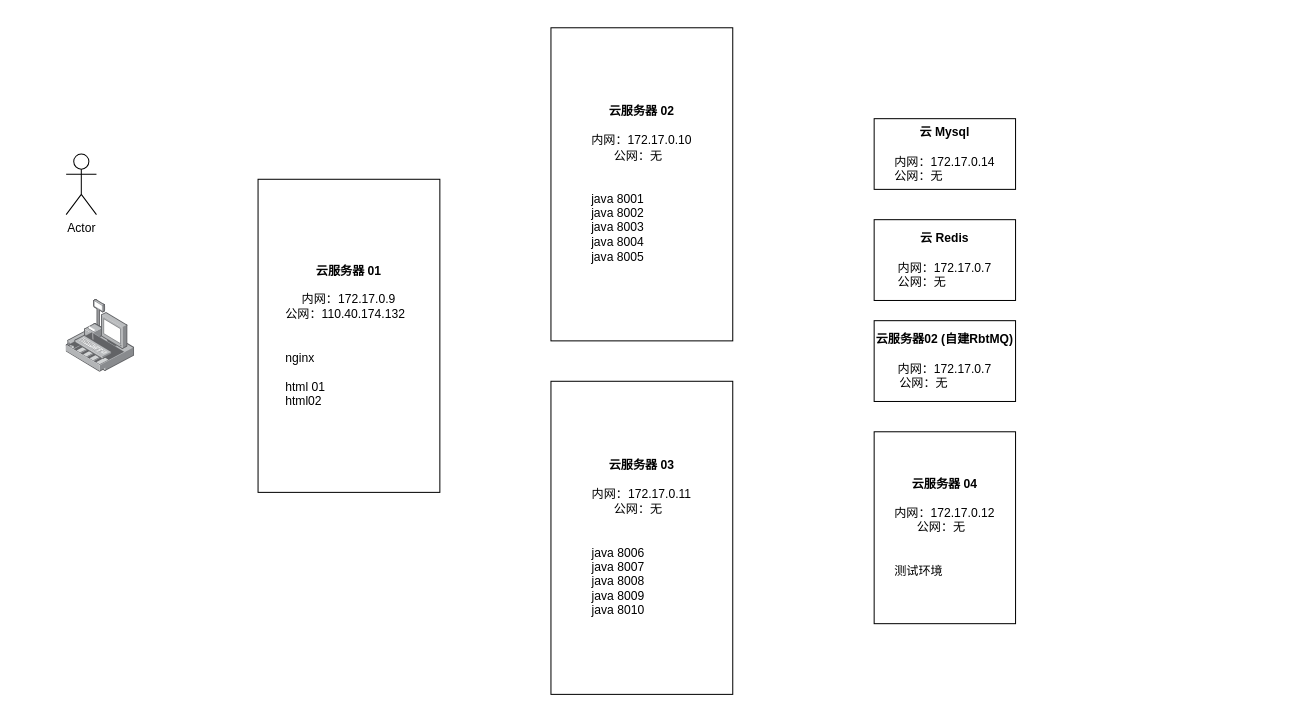
This is page "第 2 页" (2 of 3) of qiangfeng/qiangfeng部署图.drawio from exm-x/draw.io, a draw.io file, before an edit. Source tidied: cells renumbered, new cells numbered last; positions are measured from the earlier drawing's top-left corner, leaving out a move shared by most shapes. Both pictures are drawn from the tidied source at 101%, with x=0, y=0 at pixel (66, 27).
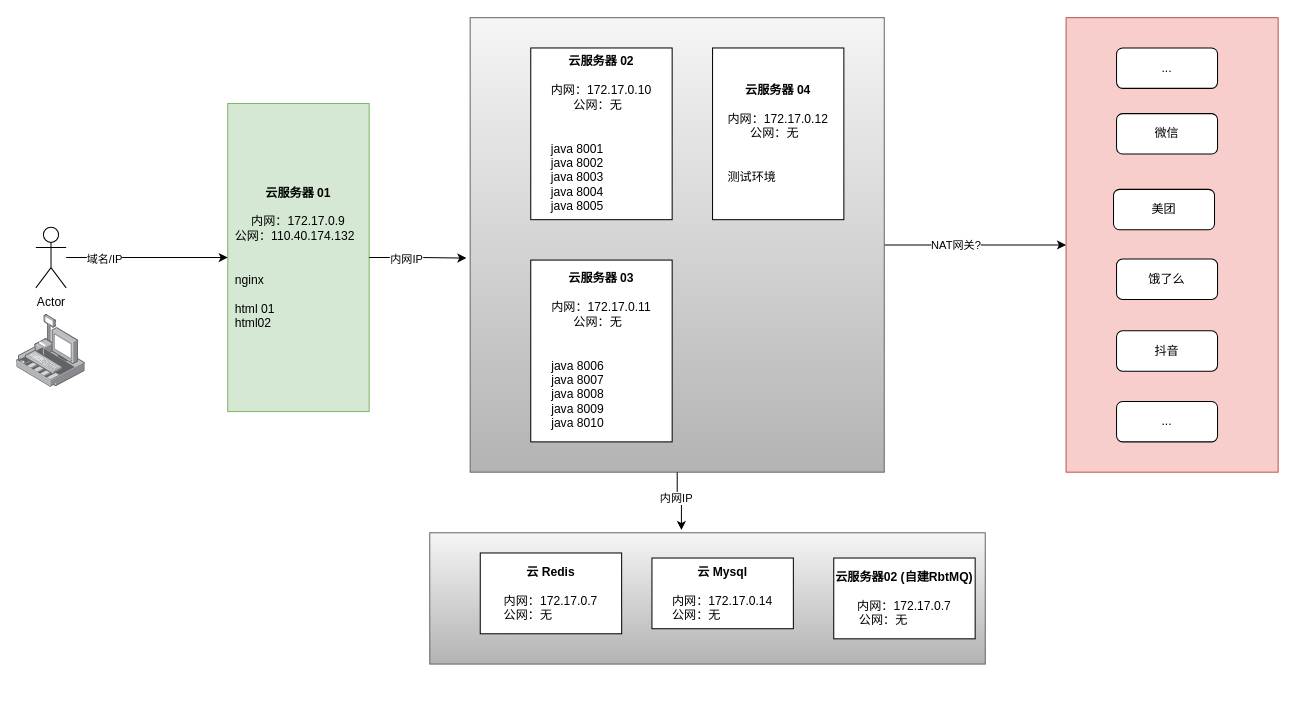
The same page after the edit.

Commit message:
更新qiangfeng部署图.drawio

The edit, as a diff of the source:
```diff
@@
+    <mxCell id="11" style="rounded=0;whiteSpace=wrap;html=1;fillColor=#f5f5f5;gradientColor=#b3b3b3;strokeColor=#666666;" parent="1" vertex="1">
+      <mxGeometry x="360" y="500" width="550" height="130" as="geometry" />
+    </mxCell>
+    <mxCell id="12" style="edgeStyle=orthogonalEdgeStyle;rounded=0;jettySize=auto;html=1;entryX=0;entryY=0.5;entryDx=0;entryDy=0;" parent="1" edge="1" source="14" target="15">
+      <mxGeometry relative="1" as="geometry" />
+    </mxCell>
+    <mxCell id="13" value="NAT网关?" style="edgeLabel;html=1;align=center;verticalAlign=middle;" parent="12" vertex="1">
+      <mxGeometry x="-0.3" y="1" relative="1" as="geometry">
+        <mxPoint x="7" y="1" as="offset" />
+      </mxGeometry>
+    </mxCell>
+    <mxCell id="14" style="rounded=0;whiteSpace=wrap;html=1;fillColor=#f5f5f5;strokeColor=#666666;gradientColor=#b3b3b3;" parent="1" vertex="1">
+      <mxGeometry x="400" y="-10" width="410" height="450" as="geometry" />
+    </mxCell>
+    <mxCell id="15" style="rounded=0;whiteSpace=wrap;html=1;fillColor=#f8cecc;strokeColor=#b85450;" parent="1" vertex="1">
+      <mxGeometry x="990" y="-10" width="210" height="450" as="geometry" />
+    </mxCell>
-    <mxCell id="2" value="&lt;b&gt;云服务器 01&lt;/b&gt;&lt;div&gt;&lt;div&gt;&lt;br&gt;&lt;/div&gt;&lt;div&gt;&lt;span style=&quot;text-align: left;&quot;&gt;内网：172.17.0.9&lt;/span&gt;&lt;br&gt;&lt;/div&gt;&lt;/div&gt;&lt;div&gt;&lt;span style=&quot;text-align: left;&quot;&gt;公网：110.40.174.132&amp;nbsp;&amp;nbsp;&lt;/span&gt;&lt;span style=&quot;text-align: left;&quot;&gt;&lt;br&gt;&lt;/span&gt;&lt;/div&gt;&lt;div&gt;&lt;span style=&quot;text-align: left;&quot;&gt;&lt;br&gt;&lt;/span&gt;&lt;/div&gt;&lt;div style=&quot;text-align: left;&quot;&gt;&lt;br&gt;&lt;/div&gt;&lt;div style=&quot;text-align: left;&quot;&gt;nginx&lt;/div&gt;&lt;div style=&quot;text-align: left;&quot;&gt;&lt;br&gt;&lt;/div&gt;&lt;div style=&quot;text-align: left;&quot;&gt;html 01&lt;/div&gt;&lt;div style=&quot;text-align: left;&quot;&gt;html02&lt;/div&gt;" style="rounded=0;whiteSpace=wrap;html=1;" parent="1" vertex="1">
-      <mxGeometry x="190" y="150" width="180" height="310" as="geometry" />
+    <mxCell id="2" value="&lt;b&gt;云服务器 01&lt;/b&gt;&lt;div&gt;&lt;div&gt;&lt;br&gt;&lt;/div&gt;&lt;div&gt;&lt;span style=&quot;text-align: left;&quot;&gt;内网：172.17.0.9&lt;/span&gt;&lt;br&gt;&lt;/div&gt;&lt;/div&gt;&lt;div&gt;&lt;span style=&quot;text-align: left;&quot;&gt;公网：110.40.174.132&amp;nbsp;&amp;nbsp;&lt;/span&gt;&lt;span style=&quot;text-align: left;&quot;&gt;&lt;br&gt;&lt;/span&gt;&lt;/div&gt;&lt;div&gt;&lt;span style=&quot;text-align: left;&quot;&gt;&lt;br&gt;&lt;/span&gt;&lt;/div&gt;&lt;div style=&quot;text-align: left;&quot;&gt;&lt;br&gt;&lt;/div&gt;&lt;div style=&quot;text-align: left;&quot;&gt;nginx&lt;/div&gt;&lt;div style=&quot;text-align: left;&quot;&gt;&lt;br&gt;&lt;/div&gt;&lt;div style=&quot;text-align: left;&quot;&gt;html 01&lt;/div&gt;&lt;div style=&quot;text-align: left;&quot;&gt;html02&lt;/div&gt;" style="rounded=0;whiteSpace=wrap;html=1;fillColor=#d5e8d4;strokeColor=#82b366;" parent="1" vertex="1">
+      <mxGeometry x="160" y="75" width="140" height="305" as="geometry" />
     </mxCell>
+    <mxCell id="16" style="edgeStyle=orthogonalEdgeStyle;rounded=0;jettySize=auto;html=1;entryX=0;entryY=0.5;entryDx=0;entryDy=0;" parent="1" edge="1" source="3" target="2">
+      <mxGeometry relative="1" as="geometry" />
+    </mxCell>
+    <mxCell id="17" value="域名/IP" style="edgeLabel;html=1;align=center;verticalAlign=middle;" parent="16" vertex="1">
+      <mxGeometry x="-0.54" relative="1" as="geometry">
+        <mxPoint y="1" as="offset" />
+      </mxGeometry>
+    </mxCell>
     <mxCell id="3" value="Actor" style="shape=umlActor;verticalLabelPosition=bottom;verticalAlign=top;html=1;outlineConnect=0;" parent="1" vertex="1">
-      <mxGeometry y="125" width="30" height="60" as="geometry" />
+      <mxGeometry x="-30" y="197.5" width="30" height="60" as="geometry" />
     </mxCell>
     <mxCell id="4" style="image;html=1;align=center;shadow=0;dashed=0;image=img/lib/allied_telesis/security/POS.svg;" parent="1" vertex="1">
-      <mxGeometry y="269" width="67.8" height="72" as="geometry" />
+      <mxGeometry x="-48.9" y="284" width="67.8" height="72" as="geometry" />
     </mxCell>
     <mxCell id="5" value="&lt;b&gt;云 Mysql&lt;/b&gt;&lt;div&gt;&lt;span style=&quot;text-align: left;&quot;&gt;&lt;br&gt;&lt;/span&gt;&lt;/div&gt;&lt;div&gt;&lt;span style=&quot;text-align: left;&quot;&gt;内网：172.17.0.14&lt;/span&gt;&lt;br&gt;&lt;/div&gt;&lt;div style=&quot;text-align: left;&quot;&gt;公网：无&lt;/div&gt;" style="rounded=0;whiteSpace=wrap;html=1;" parent="1" vertex="1">
-      <mxGeometry x="800" y="90" width="140" height="70" as="geometry" />
+      <mxGeometry x="580" y="525" width="140" height="70" as="geometry" />
     </mxCell>
     <mxCell id="6" value="&lt;b&gt;云 Redis&lt;/b&gt;&lt;div&gt;&lt;span style=&quot;text-align: left;&quot;&gt;&lt;br&gt;&lt;/span&gt;&lt;/div&gt;&lt;div&gt;&lt;span style=&quot;text-align: left;&quot;&gt;内网：172.17.0.7&lt;/span&gt;&lt;br&gt;&lt;/div&gt;&lt;div style=&quot;text-align: left;&quot;&gt;公网：无&lt;/div&gt;" style="rounded=0;whiteSpace=wrap;html=1;" parent="1" vertex="1">
-      <mxGeometry x="800" y="190" width="140" height="80" as="geometry" />
+      <mxGeometry x="410" y="520" width="140" height="80" as="geometry" />
     </mxCell>
     <mxCell id="7" value="&lt;b&gt;云服务器02 (&lt;/b&gt;&lt;b&gt;自建RbtMQ&lt;/b&gt;&lt;b&gt;)&lt;/b&gt;&lt;br&gt;&lt;div&gt;&lt;span style=&quot;text-align: left;&quot;&gt;&lt;br&gt;&lt;/span&gt;&lt;/div&gt;&lt;div&gt;&lt;span style=&quot;text-align: left;&quot;&gt;内网：172.17.0.7&lt;/span&gt;&lt;br&gt;&lt;/div&gt;&lt;div style=&quot;text-align: left;&quot;&gt;&amp;nbsp; &amp;nbsp; &amp;nbsp; &amp;nbsp;公网：无&lt;/div&gt;" style="rounded=0;whiteSpace=wrap;html=1;" parent="1" vertex="1">
-      <mxGeometry x="800" y="290" width="140" height="80" as="geometry" />
+      <mxGeometry x="760" y="525" width="140" height="80" as="geometry" />
     </mxCell>
     <mxCell id="8" value="&lt;b&gt;云服务器 02&lt;/b&gt;&lt;div&gt;&lt;div&gt;&lt;br&gt;&lt;/div&gt;&lt;div&gt;&lt;span style=&quot;text-align: left;&quot;&gt;内网：172.17.0.10&lt;/span&gt;&lt;br&gt;&lt;/div&gt;&lt;/div&gt;&lt;div&gt;&lt;span style=&quot;text-align: left;&quot;&gt;公网：无&amp;nbsp;&amp;nbsp;&lt;/span&gt;&lt;span style=&quot;text-align: left;&quot;&gt;&lt;br&gt;&lt;/span&gt;&lt;/div&gt;&lt;div&gt;&lt;span style=&quot;text-align: left;&quot;&gt;&lt;br&gt;&lt;/span&gt;&lt;/div&gt;&lt;div&gt;&lt;span style=&quot;text-align: left;&quot;&gt;&lt;br&gt;&lt;/span&gt;&lt;/div&gt;&lt;div style=&quot;text-align: left;&quot;&gt;java 8001&lt;/div&gt;&lt;div style=&quot;text-align: left;&quot;&gt;java 8002&lt;br&gt;&lt;/div&gt;&lt;div style=&quot;text-align: left;&quot;&gt;java 8003&lt;br&gt;&lt;/div&gt;&lt;div style=&quot;text-align: left;&quot;&gt;java 8004&lt;br&gt;&lt;/div&gt;&lt;div style=&quot;text-align: left;&quot;&gt;java 8005&lt;br&gt;&lt;/div&gt;" style="rounded=0;whiteSpace=wrap;html=1;" parent="1" vertex="1">
-      <mxGeometry x="480" width="180" height="310" as="geometry" />
+      <mxGeometry x="460" y="20" width="140" height="170" as="geometry" />
     </mxCell>
     <mxCell id="9" value="&lt;b&gt;云服务器 03&lt;/b&gt;&lt;div&gt;&lt;div&gt;&lt;br&gt;&lt;/div&gt;&lt;div&gt;&lt;span style=&quot;text-align: left;&quot;&gt;内网：172.17.0.11&lt;/span&gt;&lt;br&gt;&lt;/div&gt;&lt;/div&gt;&lt;div&gt;&lt;span style=&quot;text-align: left;&quot;&gt;公网：无&amp;nbsp;&amp;nbsp;&lt;/span&gt;&lt;span style=&quot;text-align: left;&quot;&gt;&lt;br&gt;&lt;/span&gt;&lt;/div&gt;&lt;div&gt;&lt;span style=&quot;text-align: left;&quot;&gt;&lt;br&gt;&lt;/span&gt;&lt;/div&gt;&lt;div&gt;&lt;span style=&quot;text-align: left;&quot;&gt;&lt;br&gt;&lt;/span&gt;&lt;/div&gt;&lt;div&gt;&lt;div style=&quot;text-align: left;&quot;&gt;java 8006&lt;/div&gt;&lt;div style=&quot;text-align: left;&quot;&gt;java 8007&lt;br&gt;&lt;/div&gt;&lt;div style=&quot;text-align: left;&quot;&gt;java 8008&lt;br&gt;&lt;/div&gt;&lt;div style=&quot;text-align: left;&quot;&gt;java 8009&lt;br&gt;&lt;/div&gt;&lt;div style=&quot;text-align: left;&quot;&gt;java 8010&lt;/div&gt;&lt;/div&gt;" style="rounded=0;whiteSpace=wrap;html=1;" parent="1" vertex="1">
-      <mxGeometry x="480" y="350" width="180" height="310" as="geometry" />
+      <mxGeometry x="460" y="230" width="140" height="180" as="geometry" />
     </mxCell>
     <mxCell id="10" value="&lt;b&gt;云服务器 04&lt;/b&gt;&lt;div&gt;&lt;div&gt;&lt;br&gt;&lt;/div&gt;&lt;div&gt;&lt;span style=&quot;text-align: left;&quot;&gt;内网：172.17.0.12&lt;/span&gt;&lt;br&gt;&lt;/div&gt;&lt;/div&gt;&lt;div&gt;&lt;span style=&quot;text-align: left;&quot;&gt;公网：无&amp;nbsp;&amp;nbsp;&lt;/span&gt;&lt;span style=&quot;text-align: left;&quot;&gt;&lt;br&gt;&lt;/span&gt;&lt;/div&gt;&lt;div&gt;&lt;span style=&quot;text-align: left;&quot;&gt;&lt;br&gt;&lt;/span&gt;&lt;/div&gt;&lt;div&gt;&lt;span style=&quot;text-align: left;&quot;&gt;&lt;br&gt;&lt;/span&gt;&lt;/div&gt;&lt;div&gt;&lt;div style=&quot;text-align: left;&quot;&gt;测试环境&lt;/div&gt;&lt;/div&gt;" style="rounded=0;whiteSpace=wrap;html=1;" parent="1" vertex="1">
-      <mxGeometry x="800" y="400" width="140" height="190" as="geometry" />
+      <mxGeometry x="640" y="20" width="130" height="170" as="geometry" />
     </mxCell>
+    <mxCell id="18" value="..." style="rounded=1;whiteSpace=wrap;html=1;" parent="1" vertex="1">
+      <mxGeometry x="1040" y="20" width="100" height="40" as="geometry" />
+    </mxCell>
+    <mxCell id="19" value="微信" style="rounded=1;whiteSpace=wrap;html=1;" parent="1" vertex="1">
+      <mxGeometry x="1040" y="85" width="100" height="40" as="geometry" />
+    </mxCell>
+    <mxCell id="20" value="美团" style="rounded=1;whiteSpace=wrap;html=1;" parent="1" vertex="1">
+      <mxGeometry x="1037" y="160" width="100" height="40" as="geometry" />
+    </mxCell>
+    <mxCell id="21" value="饿了么" style="rounded=1;whiteSpace=wrap;html=1;" parent="1" vertex="1">
+      <mxGeometry x="1040" y="229" width="100" height="40" as="geometry" />
+    </mxCell>
+    <mxCell id="22" value="抖音" style="rounded=1;whiteSpace=wrap;html=1;" parent="1" vertex="1">
+      <mxGeometry x="1040" y="300" width="100" height="40" as="geometry" />
+    </mxCell>
+    <mxCell id="23" value="..." style="rounded=1;whiteSpace=wrap;html=1;" parent="1" vertex="1">
+      <mxGeometry x="1040" y="370" width="100" height="40" as="geometry" />
+    </mxCell>
+    <mxCell id="24" style="edgeStyle=orthogonalEdgeStyle;rounded=0;jettySize=auto;html=1;entryX=0.453;entryY=-0.021;entryDx=0;entryDy=0;entryPerimeter=0;" parent="1" edge="1" source="14" target="11">
+      <mxGeometry relative="1" as="geometry" />
+    </mxCell>
+    <mxCell id="25" value="内网IP" style="edgeLabel;html=1;align=center;verticalAlign=middle;" parent="24" vertex="1">
+      <mxGeometry x="-0.18" y="-2" relative="1" as="geometry" />
+    </mxCell>
+    <mxCell id="26" style="edgeStyle=orthogonalEdgeStyle;rounded=0;jettySize=auto;html=1;entryX=-0.009;entryY=0.529;entryDx=0;entryDy=0;entryPerimeter=0;" parent="1" edge="1" source="2" target="14">
+      <mxGeometry relative="1" as="geometry" />
+    </mxCell>
+    <mxCell id="27" value="内网IP" style="edgeLabel;html=1;align=center;verticalAlign=middle;" parent="26" vertex="1">
+      <mxGeometry x="-0.25" relative="1" as="geometry">
+        <mxPoint y="1" as="offset" />
+      </mxGeometry>
+    </mxCell>
```
